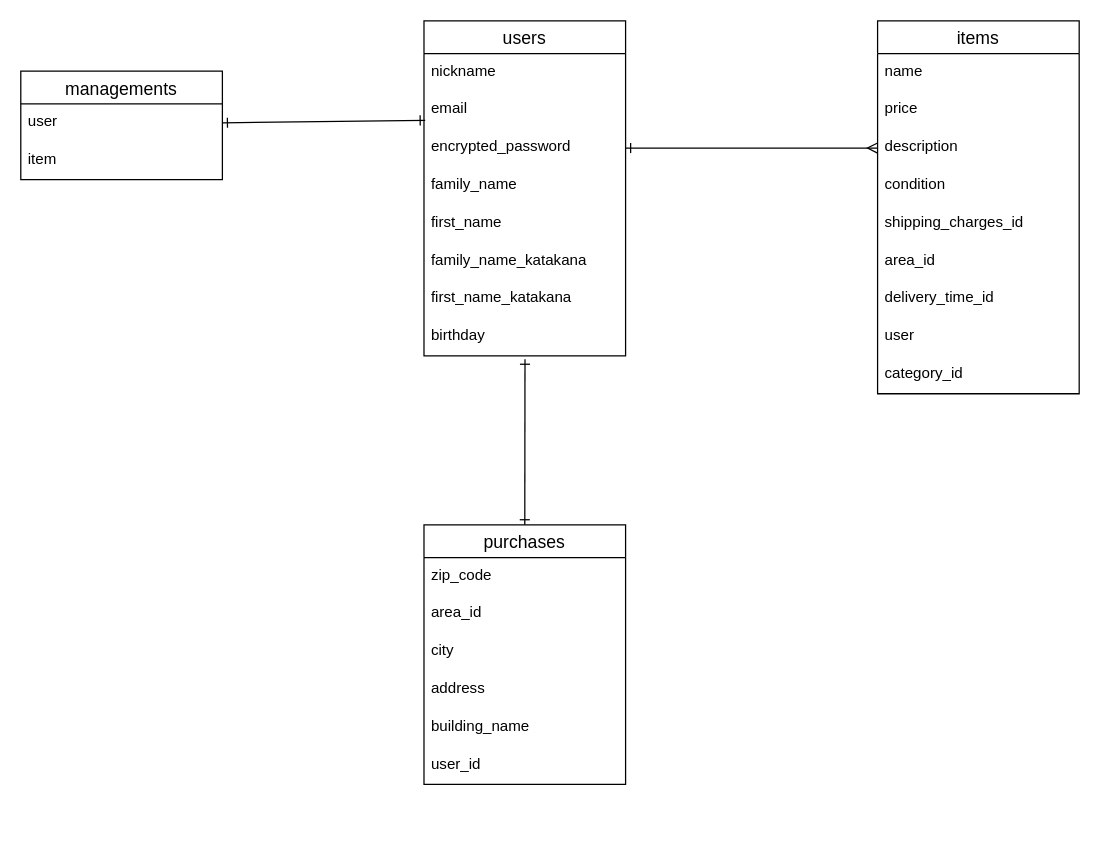
Above: furima.dio in knskymsk/furima-39348 (draw.io), before the change. Source tidied: cells renumbered, new cells numbered last; positions are measured from the earlier drawing's top-left corner, leaving out a move shared by most shapes. Both pictures are drawn from the tidied source at 126%, with x=0, y=0 at pixel (20, 20).
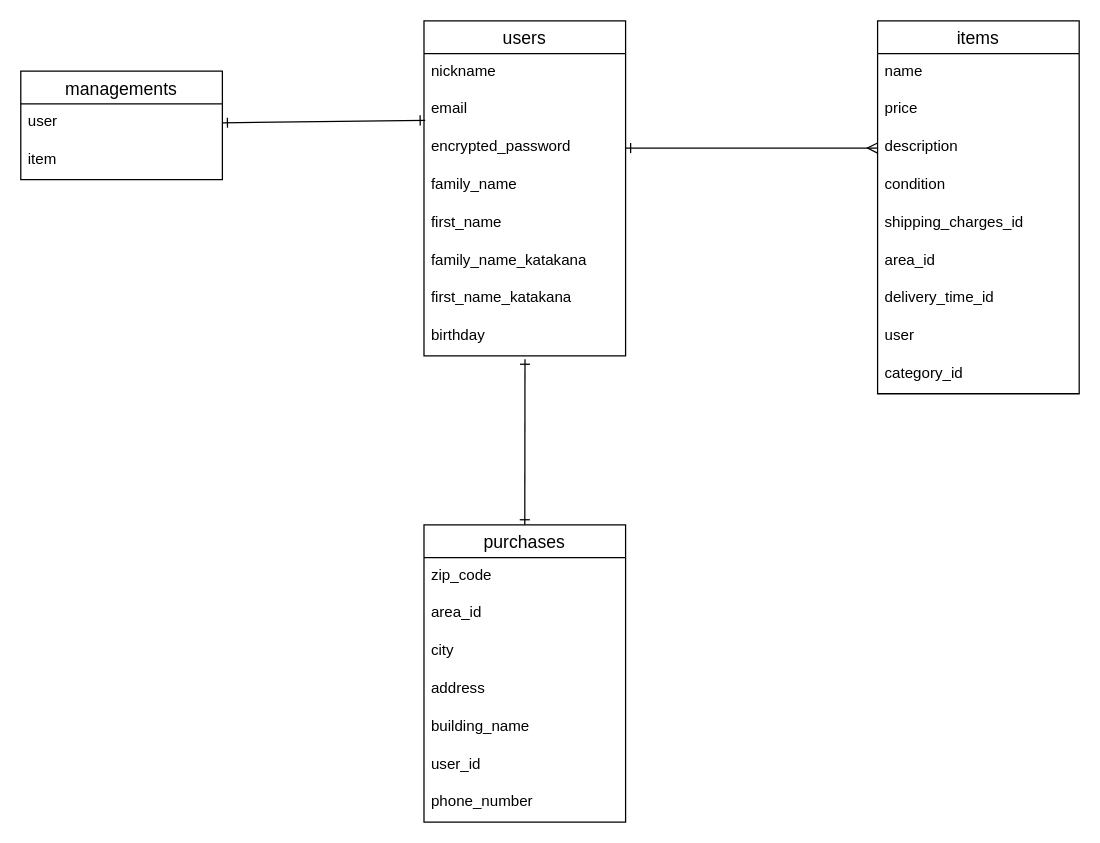
After the change.

Commit message (it also covers changes not shown here):
電話番号追加

The edit, as a diff of the source:
```diff
@@
     <mxCell id="21" value="purchases" style="swimlane;fontStyle=0;horizontal=1;startSize=26;align=center;fontSize=14;" parent="1" vertex="1">
-      <mxGeometry x="320" y="400" width="160" height="206" as="geometry" />
+      <mxGeometry x="320" y="400" width="160" height="236" as="geometry" />
     </mxCell>
@@
+    <mxCell id="34" value="phone_number" style="text;strokeColor=none;fillColor=none;spacingLeft=4;spacingRight=4;overflow=hidden;fontSize=12;" parent="21" vertex="1">
+      <mxGeometry y="206" width="160" height="30" as="geometry" />
+    </mxCell>
```
